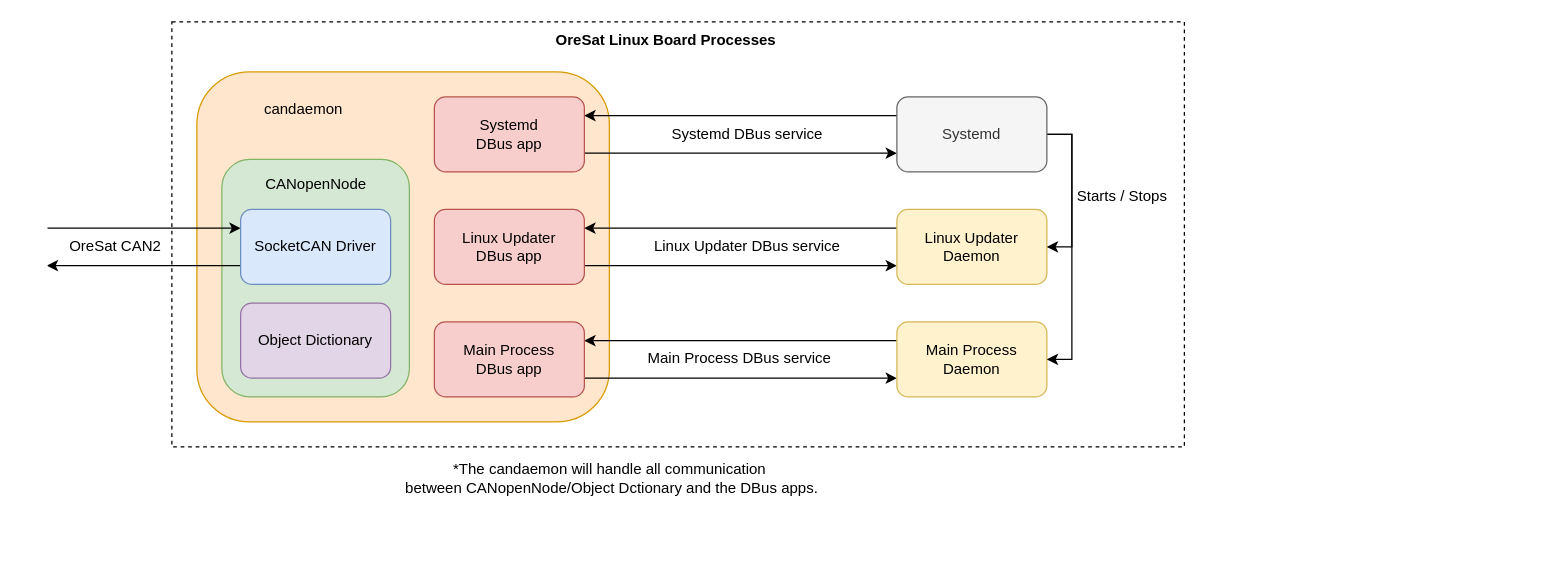
Above: docs/OreSatLinuxDiagram.drawio in oresat/oresat-linux-manager (draw.io), before the change. Source tidied: cells renumbered, new cells numbered last; positions are measured from the earlier drawing's top-left corner, leaving out a move shared by most shapes. Both pictures are drawn from the tidied source at 125%, with x=0, y=0 at pixel (21, 21).
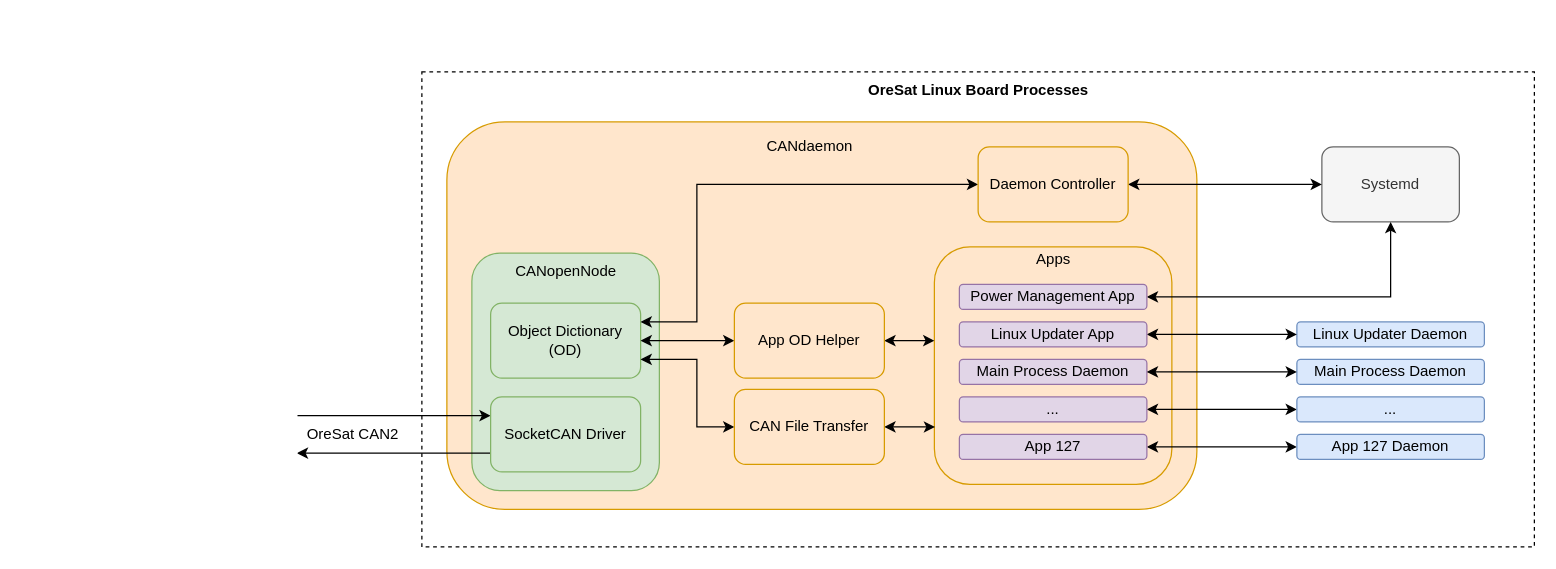
Above is the later version.

Change to the diagram source:
```diff
@@
     <mxCell id="2" style="rounded=0;whiteSpace=wrap;html=1;dashed=1;" parent="1" vertex="1">
-      <mxGeometry x="120" width="810" height="340" as="geometry" />
+      <mxGeometry x="320" y="40" width="890" height="380" as="geometry" />
     </mxCell>
+    <mxCell id="18" value="Systemd" style="rounded=1;whiteSpace=wrap;html=1;fillColor=#f5f5f5;strokeColor=#666666;fontColor=#333333;" parent="1" vertex="1">
+      <mxGeometry x="1040" y="100" width="110" height="60" as="geometry" />
+    </mxCell>
     <mxCell id="3" value="OreSat CAN2" style="text;html=1;strokeColor=none;fillColor=none;align=center;verticalAlign=middle;whiteSpace=wrap;rounded=0;" parent="1" vertex="1">
-      <mxGeometry x="30" y="156" width="90" height="48" as="geometry" />
+      <mxGeometry x="220" y="306" width="90" height="48" as="geometry" />
     </mxCell>
     <mxCell id="4" value="&lt;b&gt;OreSat Linux Board Processes&lt;/b&gt;" style="text;html=1;strokeColor=none;fillColor=none;align=center;verticalAlign=middle;whiteSpace=wrap;rounded=0;dashed=1;" parent="1" vertex="1">
-      <mxGeometry x="403.5" y="10" width="223" height="10" as="geometry" />
+      <mxGeometry x="653.5" y="50" width="223" height="10" as="geometry" />
     </mxCell>
     <mxCell id="5" style="rounded=1;whiteSpace=wrap;html=1;fillColor=#ffe6cc;strokeColor=#d79b00;" parent="1" vertex="1">
-      <mxGeometry x="140" y="40" width="330" height="280" as="geometry" />
+      <mxGeometry x="340" y="80" width="600" height="310" as="geometry" />
     </mxCell>
-    <mxCell id="6" style="edgeStyle=orthogonalEdgeStyle;rounded=0;jettySize=auto;html=1;exitX=0;exitY=0.25;exitDx=0;exitDy=0;entryX=1;entryY=0.25;entryDx=0;entryDy=0;" parent="1" edge="1" source="8" target="21">
-      <mxGeometry relative="1" as="geometry" />
-    </mxCell>
-    <mxCell id="7" style="edgeStyle=orthogonalEdgeStyle;rounded=0;jettySize=auto;html=1;exitX=0;exitY=0.75;exitDx=0;exitDy=0;endArrow=none;endFill=0;startArrow=classic;startFill=1;entryX=1;entryY=0.75;entryDx=0;entryDy=0;" parent="1" edge="1" source="8" target="21">
-      <mxGeometry relative="1" as="geometry" />
-    </mxCell>
-    <mxCell id="8" value="Linux Updater Daemon" style="rounded=1;whiteSpace=wrap;html=1;fillColor=#fff2cc;strokeColor=#d6b656;" parent="1" vertex="1">
-      <mxGeometry x="700" y="150" width="120" height="60" as="geometry" />
+    <mxCell id="8" value="Linux Updater Daemon" style="rounded=1;whiteSpace=wrap;html=1;fillColor=#dae8fc;strokeColor=#6c8ebf;" parent="1" vertex="1">
+      <mxGeometry x="1020" y="240" width="150" height="20" as="geometry" />
     </mxCell>
-    <mxCell id="9" style="edgeStyle=orthogonalEdgeStyle;rounded=0;jettySize=auto;html=1;exitX=0;exitY=0.75;exitDx=0;exitDy=0;endArrow=none;endFill=0;startArrow=classic;startFill=1;entryX=1;entryY=0.75;entryDx=0;entryDy=0;" parent="1" edge="1" source="11" target="22">
-      <mxGeometry relative="1" as="geometry" />
-    </mxCell>
-    <mxCell id="10" style="edgeStyle=orthogonalEdgeStyle;rounded=0;jettySize=auto;html=1;exitX=0;exitY=0.25;exitDx=0;exitDy=0;entryX=1;entryY=0.25;entryDx=0;entryDy=0;" parent="1" edge="1" source="11" target="22">
-      <mxGeometry relative="1" as="geometry" />
-    </mxCell>
-    <mxCell id="11" value="Main Process Daemon" style="rounded=1;whiteSpace=wrap;html=1;fillColor=#fff2cc;strokeColor=#d6b656;" parent="1" vertex="1">
-      <mxGeometry x="700" y="240" width="120" height="60" as="geometry" />
+    <mxCell id="11" value="Main Process Daemon" style="rounded=1;whiteSpace=wrap;html=1;fillColor=#dae8fc;strokeColor=#6c8ebf;" parent="1" vertex="1">
+      <mxGeometry x="1020" y="270" width="150" height="20" as="geometry" />
     </mxCell>
-    <mxCell id="12" value="Linux Updater DBus service" style="text;html=1;align=center;verticalAlign=middle;" parent="1" vertex="1">
-      <mxGeometry x="495" y="170" width="170" height="20" as="geometry" />
-    </mxCell>
-    <mxCell id="13" value="Main Process DBus service" style="text;html=1;" parent="1" vertex="1">
-      <mxGeometry x="499" y="255" width="180" height="30" as="geometry" />
-    </mxCell>
-    <mxCell id="14" style="edgeStyle=orthogonalEdgeStyle;rounded=0;jettySize=auto;html=1;exitX=0;exitY=0.25;exitDx=0;exitDy=0;entryX=1;entryY=0.25;entryDx=0;entryDy=0;" parent="1" edge="1" source="18" target="20">
-      <mxGeometry relative="1" as="geometry" />
-    </mxCell>
-    <mxCell id="15" style="edgeStyle=orthogonalEdgeStyle;rounded=0;jettySize=auto;html=1;exitX=0;exitY=0.75;exitDx=0;exitDy=0;endArrow=none;endFill=0;startArrow=classic;startFill=1;entryX=1;entryY=0.75;entryDx=0;entryDy=0;" parent="1" edge="1" source="18" target="20">
-      <mxGeometry relative="1" as="geometry" />
-    </mxCell>
-    <mxCell id="16" style="edgeStyle=orthogonalEdgeStyle;rounded=0;jettySize=auto;html=1;entryX=1;entryY=0.5;entryDx=0;entryDy=0;exitX=1;exitY=0.5;exitDx=0;exitDy=0;" parent="1" edge="1" source="18" target="11">
-      <mxGeometry relative="1" as="geometry" />
-    </mxCell>
-    <mxCell id="17" style="edgeStyle=orthogonalEdgeStyle;rounded=0;jettySize=auto;html=1;entryX=1;entryY=0.5;entryDx=0;entryDy=0;exitX=1;exitY=0.5;exitDx=0;exitDy=0;" parent="1" edge="1" source="18" target="8">
-      <mxGeometry relative="1" as="geometry" />
-    </mxCell>
-    <mxCell id="18" value="Systemd" style="rounded=1;whiteSpace=wrap;html=1;fillColor=#f5f5f5;strokeColor=#666666;fontColor=#333333;" parent="1" vertex="1">
-      <mxGeometry x="700" y="60" width="120" height="60" as="geometry" />
-    </mxCell>
-    <mxCell id="19" value="Systemd DBus service" style="text;html=1;align=center;verticalAlign=middle;" parent="1" vertex="1">
-      <mxGeometry x="510" y="80" width="140" height="20" as="geometry" />
-    </mxCell>
-    <mxCell id="20" value="Systemd &lt;br&gt;DBus app" style="rounded=1;whiteSpace=wrap;html=1;strokeColor=#b85450;fillColor=#f8cecc;" parent="1" vertex="1">
-      <mxGeometry x="330" y="60" width="120" height="60" as="geometry" />
-    </mxCell>
-    <mxCell id="21" value="Linux Updater&lt;br&gt;DBus app" style="rounded=1;whiteSpace=wrap;html=1;strokeColor=#b85450;fillColor=#f8cecc;" parent="1" vertex="1">
-      <mxGeometry x="330" y="150" width="120" height="60" as="geometry" />
+    <mxCell id="21" style="rounded=1;whiteSpace=wrap;html=1;strokeColor=#d79b00;fillColor=#ffe6cc;" parent="1" vertex="1">
+      <mxGeometry x="730" y="180" width="190" height="190" as="geometry" />
     </mxCell>
-    <mxCell id="22" value="Main Process&lt;br&gt;DBus app" style="rounded=1;whiteSpace=wrap;html=1;strokeColor=#b85450;fillColor=#f8cecc;" parent="1" vertex="1">
-      <mxGeometry x="330" y="240" width="120" height="60" as="geometry" />
-    </mxCell>
-    <mxCell id="23" value="candaemon" style="text;html=1;align=center;verticalAlign=middle;" parent="1" vertex="1">
-      <mxGeometry x="185" y="60" width="80" height="20" as="geometry" />
+    <mxCell id="23" value="CANdaemon" style="text;html=1;align=center;verticalAlign=middle;" parent="1" vertex="1">
+      <mxGeometry x="585" y="90" width="90" height="20" as="geometry" />
     </mxCell>
     <mxCell id="24" style="rounded=1;whiteSpace=wrap;html=1;strokeColor=#82b366;fillColor=#d5e8d4;" parent="1" vertex="1">
-      <mxGeometry x="160" y="110" width="150" height="190" as="geometry" />
+      <mxGeometry x="360" y="185" width="150" height="190" as="geometry" />
     </mxCell>
-    <mxCell id="25" value="Object Dictionary" style="rounded=1;whiteSpace=wrap;html=1;strokeColor=#9673a6;fillColor=#e1d5e7;" parent="1" vertex="1">
-      <mxGeometry x="175" y="225" width="120" height="60" as="geometry" />
+    <mxCell id="25" value="Object Dictionary (OD)" style="rounded=1;whiteSpace=wrap;html=1;strokeColor=#82b366;fillColor=#d5e8d4;" parent="1" vertex="1">
+      <mxGeometry x="375" y="225" width="120" height="60" as="geometry" />
     </mxCell>
     <mxCell id="26" value="CANopenNode" style="text;html=1;align=center;verticalAlign=middle;" parent="1" vertex="1">
-      <mxGeometry x="185" y="120" width="100" height="20" as="geometry" />
+      <mxGeometry x="385" y="190" width="100" height="20" as="geometry" />
     </mxCell>
-    <mxCell id="27" value="*The candaemon will handle all c&lt;span class=&quot;module__title__link&quot;&gt;ommunication&lt;/span&gt;&lt;br&gt;&amp;nbsp;between CANopenNode/Object Dctionary and the DBus apps." style="text;html=1;align=center;verticalAlign=middle;" parent="1" vertex="1">
-      <mxGeometry x="285" y="350" width="370" height="30" as="geometry" />
-    </mxCell>
-    <mxCell id="28" value="Starts / Stops" style="text;html=1;align=center;verticalAlign=middle;" parent="1" vertex="1">
-      <mxGeometry x="835" y="130" width="90" height="20" as="geometry" />
-    </mxCell>
     <mxCell id="29" style="edgeStyle=orthogonalEdgeStyle;rounded=0;jettySize=auto;html=1;startArrow=none;startFill=0;endArrow=classic;endFill=1;entryX=0;entryY=0.25;entryDx=0;entryDy=0;exitX=1;exitY=0.25;exitDx=0;exitDy=0;" parent="1" edge="1" source="32" target="31">
       <mxGeometry relative="1" as="geometry">
         <Array as="points">
-          <mxPoint x="110" y="165" />
-          <mxPoint x="110" y="165" />
+          <mxPoint x="260" y="315" />
+          <mxPoint x="260" y="315" />
         </Array>
       </mxGeometry>
     </mxCell>
@@
-    <mxCell id="31" value="SocketCAN Driver" style="rounded=1;whiteSpace=wrap;html=1;strokeColor=#6c8ebf;fillColor=#dae8fc;" parent="1" vertex="1">
-      <mxGeometry x="175" y="150" width="120" height="60" as="geometry" />
+    <mxCell id="31" value="SocketCAN Driver" style="rounded=1;whiteSpace=wrap;html=1;strokeColor=#82b366;fillColor=#d5e8d4;" parent="1" vertex="1">
+      <mxGeometry x="375" y="300" width="120" height="60" as="geometry" />
     </mxCell>
     <mxCell id="32" style="rounded=1;whiteSpace=wrap;html=1;strokeColor=#FFFFFF;" parent="1" vertex="1">
-      <mxGeometry y="150" width="20" height="60" as="geometry" />
+      <mxGeometry x="200" y="300" width="20" height="60" as="geometry" />
     </mxCell>
+    <mxCell id="33" style="edgeStyle=orthogonalEdgeStyle;rounded=0;jettySize=auto;html=1;entryX=1;entryY=0.75;entryDx=0;entryDy=0;startArrow=classic;startFill=1;exitX=0;exitY=0.5;exitDx=0;exitDy=0;" parent="1" edge="1" source="35" target="25">
+      <mxGeometry relative="1" as="geometry">
+        <Array as="points">
+          <mxPoint x="540" y="324" />
+          <mxPoint x="540" y="270" />
+        </Array>
+      </mxGeometry>
+    </mxCell>
+    <mxCell id="34" style="edgeStyle=orthogonalEdgeStyle;rounded=0;jettySize=auto;html=1;startArrow=classic;startFill=1;endArrow=classic;endFill=1;entryX=0.003;entryY=0.758;entryDx=0;entryDy=0;entryPerimeter=0;exitX=1;exitY=0.5;exitDx=0;exitDy=0;" parent="1" edge="1" source="35" target="21">
+      <mxGeometry relative="1" as="geometry" />
+    </mxCell>
+    <mxCell id="35" value="CAN File Transfer" style="rounded=1;whiteSpace=wrap;html=1;strokeColor=#d79b00;fillColor=#ffe6cc;" parent="1" vertex="1">
+      <mxGeometry x="570" y="294" width="120" height="60" as="geometry" />
+    </mxCell>
+    <mxCell id="36" style="edgeStyle=orthogonalEdgeStyle;rounded=0;jettySize=auto;html=1;entryX=1;entryY=0.5;entryDx=0;entryDy=0;exitX=0;exitY=0.5;exitDx=0;exitDy=0;startArrow=classic;startFill=1;" parent="1" edge="1" source="52" target="25">
+      <mxGeometry relative="1" as="geometry" />
+    </mxCell>
+    <mxCell id="37" style="edgeStyle=orthogonalEdgeStyle;rounded=0;jettySize=auto;html=1;startArrow=classic;startFill=1;endArrow=classic;endFill=1;entryX=0;entryY=0.5;entryDx=0;entryDy=0;" parent="1" edge="1" source="39" target="18">
+      <mxGeometry relative="1" as="geometry" />
+    </mxCell>
+    <mxCell id="38" style="edgeStyle=orthogonalEdgeStyle;rounded=0;jettySize=auto;html=1;startArrow=classic;startFill=1;endArrow=classic;endFill=1;entryX=1;entryY=0.25;entryDx=0;entryDy=0;exitX=0;exitY=0.5;exitDx=0;exitDy=0;" parent="1" edge="1" source="39" target="25">
+      <mxGeometry relative="1" as="geometry">
+        <Array as="points">
+          <mxPoint x="540" y="130" />
+          <mxPoint x="540" y="240" />
+        </Array>
+      </mxGeometry>
+    </mxCell>
+    <mxCell id="39" value="Daemon Controller" style="rounded=1;whiteSpace=wrap;html=1;strokeColor=#d79b00;fillColor=#ffe6cc;" parent="1" vertex="1">
+      <mxGeometry x="765" y="100" width="120" height="60" as="geometry" />
+    </mxCell>
+    <mxCell id="40" value="Apps" style="text;html=1;align=center;verticalAlign=middle;" parent="1" vertex="1">
+      <mxGeometry x="805" y="180" width="40" height="20" as="geometry" />
+    </mxCell>
+    <mxCell id="41" style="edgeStyle=orthogonalEdgeStyle;rounded=0;jettySize=auto;html=1;startArrow=classic;startFill=1;endArrow=classic;endFill=1;" parent="1" edge="1" source="42" target="43">
+      <mxGeometry relative="1" as="geometry" />
+    </mxCell>
+    <mxCell id="42" value="App 127" style="rounded=1;whiteSpace=wrap;html=1;fillColor=#e1d5e7;strokeColor=#9673a6;" parent="1" vertex="1">
+      <mxGeometry x="750" y="330" width="150" height="20" as="geometry" />
+    </mxCell>
+    <mxCell id="43" value="App 127 Daemon" style="rounded=1;whiteSpace=wrap;html=1;fillColor=#dae8fc;strokeColor=#6c8ebf;" parent="1" vertex="1">
+      <mxGeometry x="1020" y="330" width="150" height="20" as="geometry" />
+    </mxCell>
+    <mxCell id="44" style="edgeStyle=orthogonalEdgeStyle;rounded=0;jettySize=auto;html=1;startArrow=classic;startFill=1;endArrow=classic;endFill=1;entryX=0.5;entryY=1;entryDx=0;entryDy=0;exitX=1;exitY=0.5;exitDx=0;exitDy=0;" parent="1" edge="1" source="45" target="18">
+      <mxGeometry relative="1" as="geometry">
+        <Array as="points">
+          <mxPoint x="1095" y="220" />
+        </Array>
+      </mxGeometry>
+    </mxCell>
+    <mxCell id="45" value="Power Management App" style="rounded=1;whiteSpace=wrap;html=1;fillColor=#e1d5e7;strokeColor=#9673a6;" parent="1" vertex="1">
+      <mxGeometry x="750" y="210" width="150" height="20" as="geometry" />
+    </mxCell>
+    <mxCell id="46" value="Main Process Daemon" style="rounded=1;whiteSpace=wrap;html=1;fillColor=#e1d5e7;strokeColor=#9673a6;" parent="1" vertex="1">
+      <mxGeometry x="750" y="270" width="150" height="20" as="geometry" />
+    </mxCell>
+    <mxCell id="47" style="edgeStyle=orthogonalEdgeStyle;rounded=0;jettySize=auto;html=1;entryX=1;entryY=0.5;entryDx=0;entryDy=0;startArrow=classic;startFill=1;" parent="1" edge="1" source="11" target="46">
+      <mxGeometry relative="1" as="geometry" />
+    </mxCell>
+    <mxCell id="48" style="edgeStyle=orthogonalEdgeStyle;rounded=0;jettySize=auto;html=1;startArrow=classic;startFill=1;entryX=1;entryY=0.5;entryDx=0;entryDy=0;" parent="1" edge="1" source="8" target="54">
+      <mxGeometry relative="1" as="geometry" />
+    </mxCell>
+    <mxCell id="49" style="edgeStyle=orthogonalEdgeStyle;rounded=0;jettySize=auto;html=1;startArrow=classic;startFill=1;endArrow=classic;endFill=1;entryX=0;entryY=0.5;entryDx=0;entryDy=0;" parent="1" edge="1" source="50" target="53">
+      <mxGeometry relative="1" as="geometry" />
+    </mxCell>
+    <mxCell id="50" value="..." style="rounded=1;whiteSpace=wrap;html=1;fillColor=#e1d5e7;strokeColor=#9673a6;" parent="1" vertex="1">
+      <mxGeometry x="750" y="300" width="150" height="20" as="geometry" />
+    </mxCell>
+    <mxCell id="51" style="edgeStyle=orthogonalEdgeStyle;rounded=0;jettySize=auto;html=1;startArrow=classic;startFill=1;endArrow=classic;endFill=1;exitX=1;exitY=0.5;exitDx=0;exitDy=0;" parent="1" edge="1" source="52">
+      <mxGeometry relative="1" as="geometry">
+        <mxPoint x="730" y="255" as="targetPoint" />
+      </mxGeometry>
+    </mxCell>
+    <mxCell id="52" value="App OD Helper" style="rounded=1;whiteSpace=wrap;html=1;strokeColor=#d79b00;fillColor=#ffe6cc;" parent="1" vertex="1">
+      <mxGeometry x="570" y="225" width="120" height="60" as="geometry" />
+    </mxCell>
+    <mxCell id="53" value="..." style="rounded=1;whiteSpace=wrap;html=1;fillColor=#dae8fc;strokeColor=#6c8ebf;" parent="1" vertex="1">
+      <mxGeometry x="1020" y="300" width="150" height="20" as="geometry" />
+    </mxCell>
+    <mxCell id="54" value="Linux Updater App" style="rounded=1;whiteSpace=wrap;html=1;fillColor=#e1d5e7;strokeColor=#9673a6;" parent="1" vertex="1">
+      <mxGeometry x="750" y="240" width="150" height="20" as="geometry" />
+    </mxCell>
```
